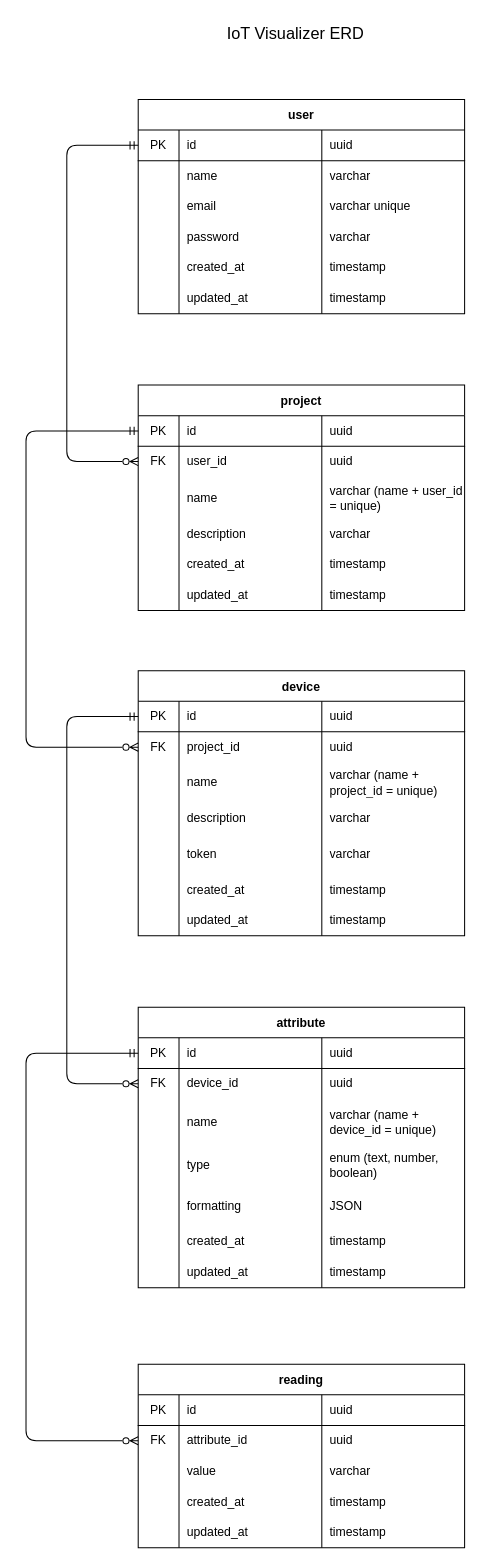
This is docs/database/erd.drawio from rafaeltmbr/iot_visualizer, a draw.io file, before an edit. Source tidied: cells renumbered, new cells numbered last; positions are measured from the earlier drawing's top-left corner, leaving out a move shared by most shapes. Both pictures are drawn from the tidied source at 102%, with x=0, y=0 at pixel (26, 17).
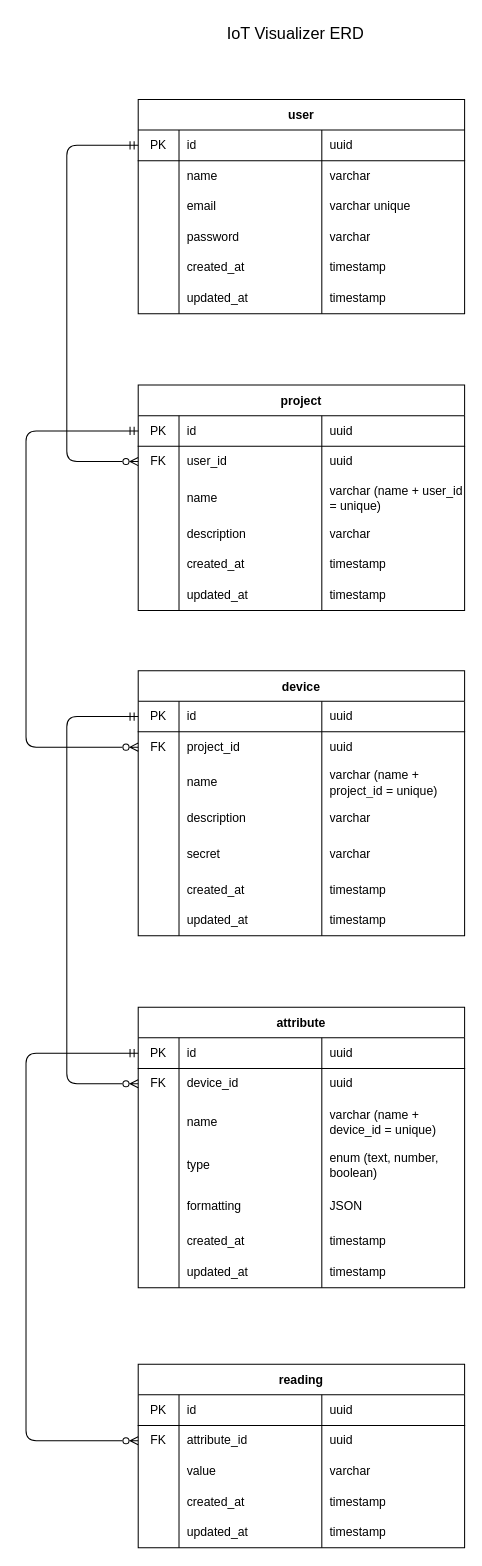
Above is the later version.

Unchanged cells that the change refers to:
```xml
<mxCell id="70" style="shape=partialRectangle;html=1;whiteSpace=wrap;fillColor=none;top=0;left=0;bottom=0;right=0;" parent="53" vertex="1">
  <mxGeometry y="160" width="320" height="40" as="geometry" />
</mxCell>
```

The edit, as a diff of the source:
```diff
@@
-    <mxCell id="72" value="token" style="shape=partialRectangle;html=1;whiteSpace=wrap;fillColor=none;top=0;left=0;bottom=0;right=0;align=left;spacingLeft=6;overflow=hidden;" parent="70" vertex="1">
+    <mxCell id="72" value="secret" style="shape=partialRectangle;html=1;whiteSpace=wrap;fillColor=none;top=0;left=0;bottom=0;right=0;align=left;spacingLeft=6;overflow=hidden;" parent="70" vertex="1">
       <mxGeometry x="40" width="140" height="40" as="geometry" />
     </mxCell>
```
